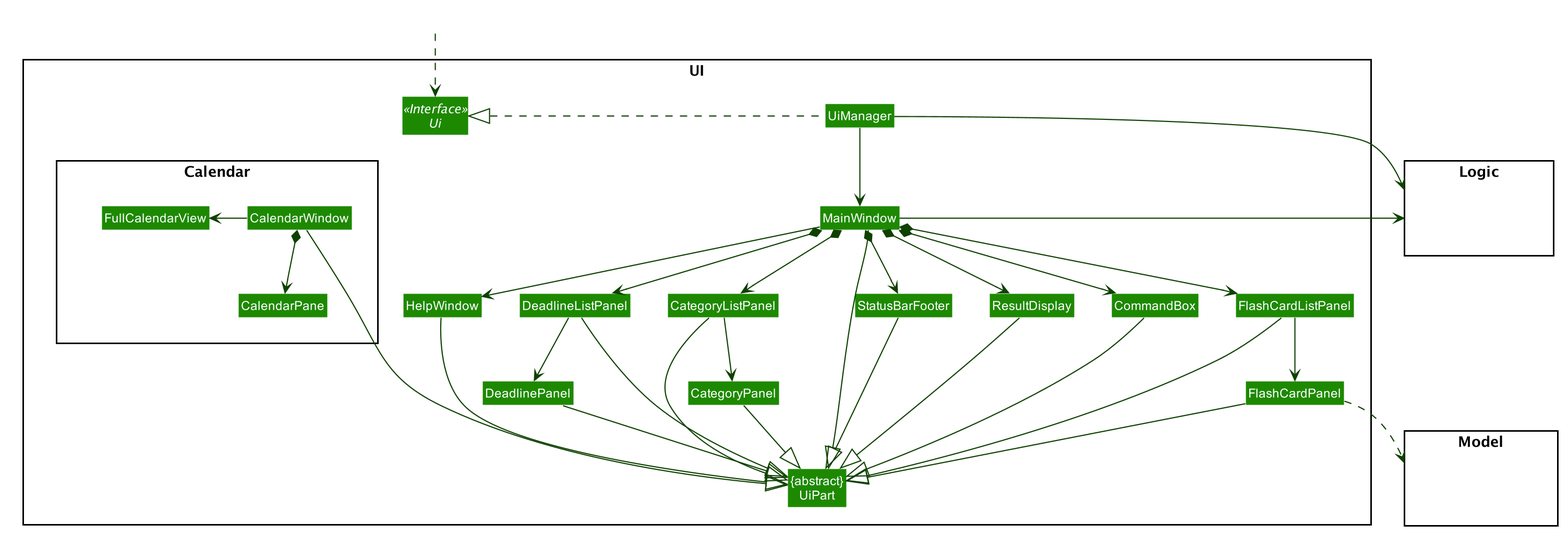
This is docs/images/UiClassDiagram.png from nus-cs2103-AY1920S1/addressbook-level3, a PlantUML export, as it was before one commit.
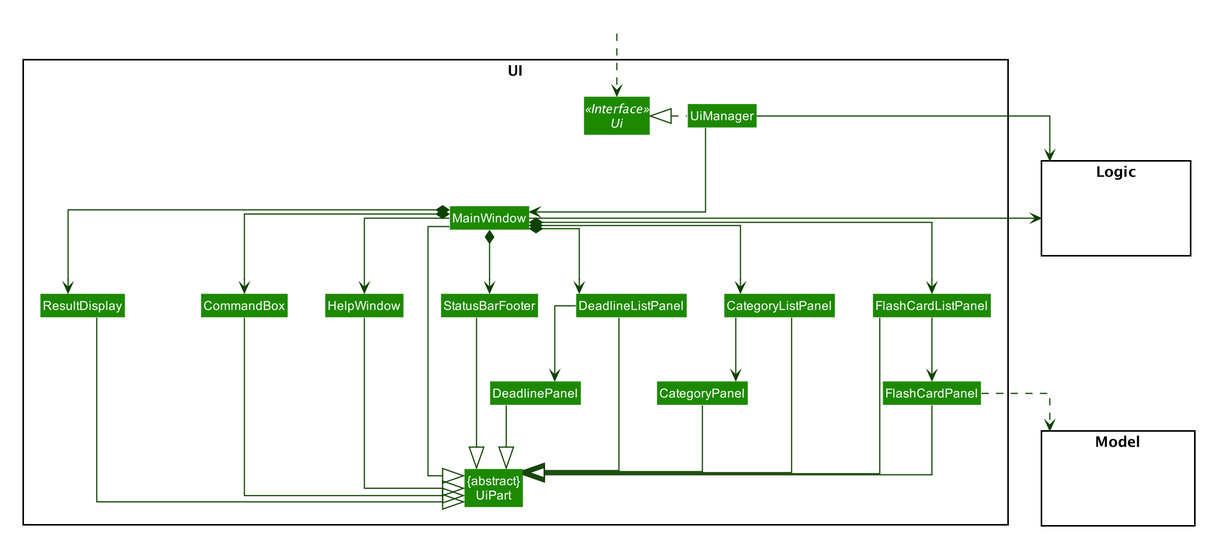
The same diagram one commit later.

What changed in the source:
```diff
@@ -52,6 +52,7 @@
 skinparam arrowThickness 1.1
 skinparam arrowColor #0E4100
 skinparam classBackgroundColor #1D8900
+skinparam linetype ortho
 
 package UI <<Rectangle>>{
 Interface Ui <<Interface>>
@@ -68,13 +69,6 @@
 Class CategoryPanel
 Class DeadlineListPanel
 Class DeadlinePanel
-
-Package Calendar {
-Class CalendarPane
-Class CalendarWindow
-Class FullCalendarView
-}
-
 }
 
 package Model <<Rectangle>> {
@@ -114,15 +108,10 @@
 CategoryListPanel --|> UiPart
 DeadlinePanel -down-|> UiPart
 DeadlineListPanel -down-|> UiPart
-CalendarWindow --|> UiPart
-
 
 FlashCardPanel ..> Model
 UiManager -right-> Logic
 MainWindow -right-> Logic
-
-CalendarWindow *-down-> CalendarPane
-CalendarWindow -left-> FullCalendarView
 
 FlashCardListPanel -[hidden]left- ResultDisplay
 DeadlineListPanel -[hidden]left- FlashCardListPanel
@@ -130,6 +119,5 @@
 HelpWindow -[hidden]left- CommandBox
 CommandBox -[hidden]left- ResultDisplay
 ResultDisplay -[hidden]left- StatusBarFooter
-Ui -[hidden]-> Calendar
 MainWindow -[hidden]-|> UiPart
 @enduml
```
